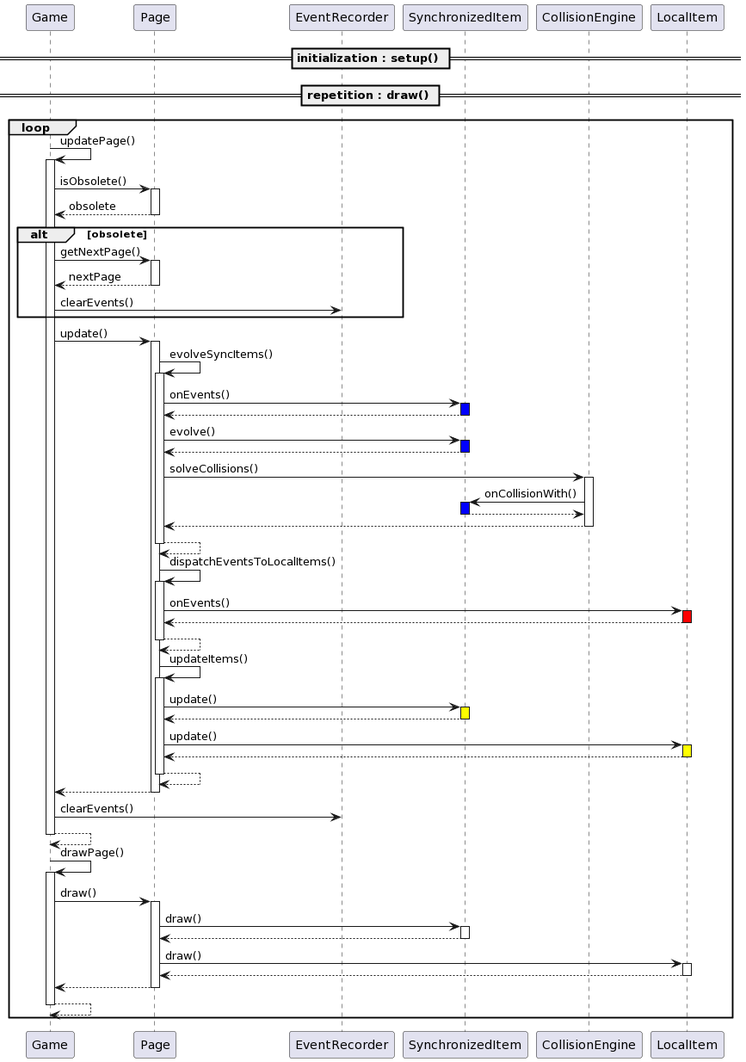
Earlier version of the PlantUML export RequirementDesignDoc/OverallArchitectureSequenceDiagram.png (UoB-COMSM0110/2024-group-13). Source of this version:
```plantuml
@startuml
== initialization : setup() ==

== repetition : draw() ==

loop
  Game -> Game ++ : updatePage()
    Game -> Page ++ : isObsolete()
    return obsolete
    alt obsolete
      Game -> Page ++ : getNextPage()
      return nextPage
      Game -> EventRecorder : clearEvents()
    end
    Game -> Page ++ : update()
      Page -> Page ++ : evolveSyncItems()
        Page -> SynchronizedItem ++ #Blue : onEvents()
        return
        Page -> SynchronizedItem ++ #Blue : evolve()
        return
        Page -> CollisionEngine ++ : solveCollisions()
          CollisionEngine -> SynchronizedItem ++ #Blue : onCollisionWith()
          return
        return
      return
      Page -> Page ++ : dispatchEventsToLocalItems()
        Page -> LocalItem ++ #Red : onEvents()
        return
      return
      Page -> Page ++ : updateItems()
        Page -> SynchronizedItem ++ #Yellow : update()
        return
        Page -> LocalItem ++ #Yellow : update()
        return
      return
    return
    Game -> EventRecorder : clearEvents()
  return
  Game -> Game ++ : drawPage()
    Game -> Page ++ : draw()
      Page -> SynchronizedItem ++ : draw()
      return
      Page -> LocalItem ++ : draw()
      return
    return
  return
end
@enduml
```
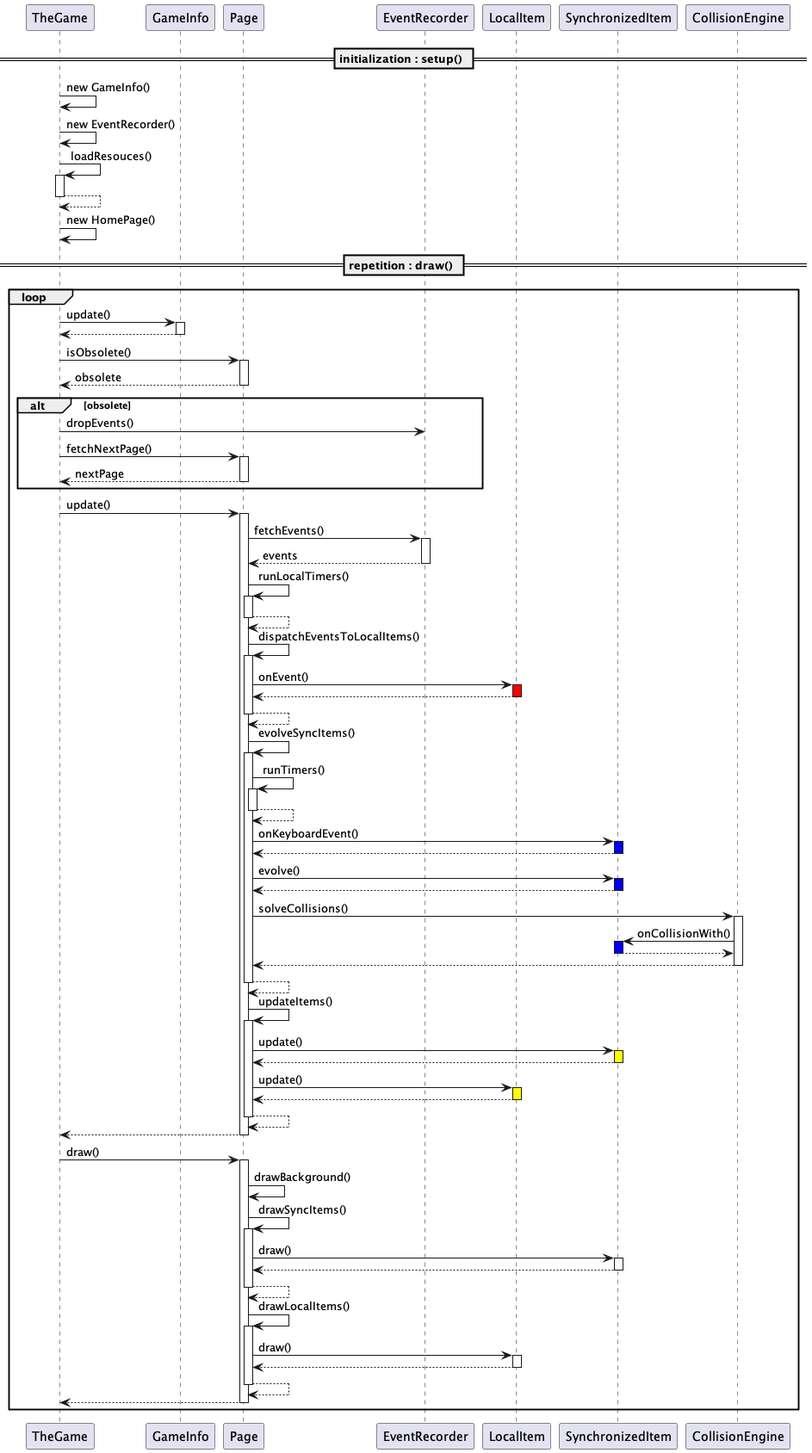
Later version of the same file.

The edit, as a diff of the source:
```diff
@@ -1,48 +1,64 @@
 @startuml
+
 == initialization : setup() ==
+  TheGame -> TheGame : new GameInfo()
+  TheGame -> TheGame : new EventRecorder()
+  TheGame -> TheGame ++ : loadResouces()
+  return
+  TheGame -> TheGame : new HomePage()
 
 == repetition : draw() ==
 
 loop
-  Game -> Game ++ : updatePage()
-    Game -> Page ++ : isObsolete()
-    return obsolete
-    alt obsolete
-      Game -> Page ++ : getNextPage()
-      return nextPage
-      Game -> EventRecorder : clearEvents()
-    end
-    Game -> Page ++ : update()
-      Page -> Page ++ : evolveSyncItems()
-        Page -> SynchronizedItem ++ #Blue : onEvents()
-        return
-        Page -> SynchronizedItem ++ #Blue : evolve()
-        return
-        Page -> CollisionEngine ++ : solveCollisions()
-          CollisionEngine -> SynchronizedItem ++ #Blue : onCollisionWith()
-          return
-        return
+  TheGame -> GameInfo ++ : update()
+  return
+  TheGame -> Page ++ : isObsolete()
+  return obsolete
+  alt obsolete
+    TheGame -> EventRecorder : dropEvents()
+    TheGame -> Page ++ : fetchNextPage()
+    return nextPage
+  end
+  TheGame -> Page ++ : update()
+    Page -> EventRecorder ++ : fetchEvents()
+    return events
+    Page -> Page ++ : runLocalTimers()
+    return
+    Page -> Page ++ : dispatchEventsToLocalItems()
+      Page -> LocalItem ++ #Red : onEvent()
       return
-      Page -> Page ++ : dispatchEventsToLocalItems()
-        Page -> LocalItem ++ #Red : onEvents()
-        return
+    return
+    Page -> Page ++ : evolveSyncItems()
+      Page -> Page ++ : runTimers()
       return
-      Page -> Page ++ : updateItems()
-        Page -> SynchronizedItem ++ #Yellow : update()
-        return
-        Page -> LocalItem ++ #Yellow : update()
+      Page -> SynchronizedItem ++ #Blue : onKeyboardEvent()
+      return
+      Page -> SynchronizedItem ++ #Blue : evolve()
+      return
+      Page -> CollisionEngine ++ : solveCollisions()
+        CollisionEngine -> SynchronizedItem ++ #Blue : onCollisionWith()
         return
       return
     return
-    Game -> EventRecorder : clearEvents()
+    Page -> Page ++ : updateItems()
+      Page -> SynchronizedItem ++ #Yellow : update()
+      return
+      Page -> LocalItem ++ #Yellow : update()
+      return
+    return
   return
-  Game -> Game ++ : drawPage()
-    Game -> Page ++ : draw()
+
+  TheGame -> Page ++ : draw()
+    Page -> Page : drawBackground()
+    Page -> Page ++ : drawSyncItems()
       Page -> SynchronizedItem ++ : draw()
       return
+    return
+    Page -> Page ++ : drawLocalItems()
       Page -> LocalItem ++ : draw()
       return
     return
   return
 end
+
 @enduml
```
